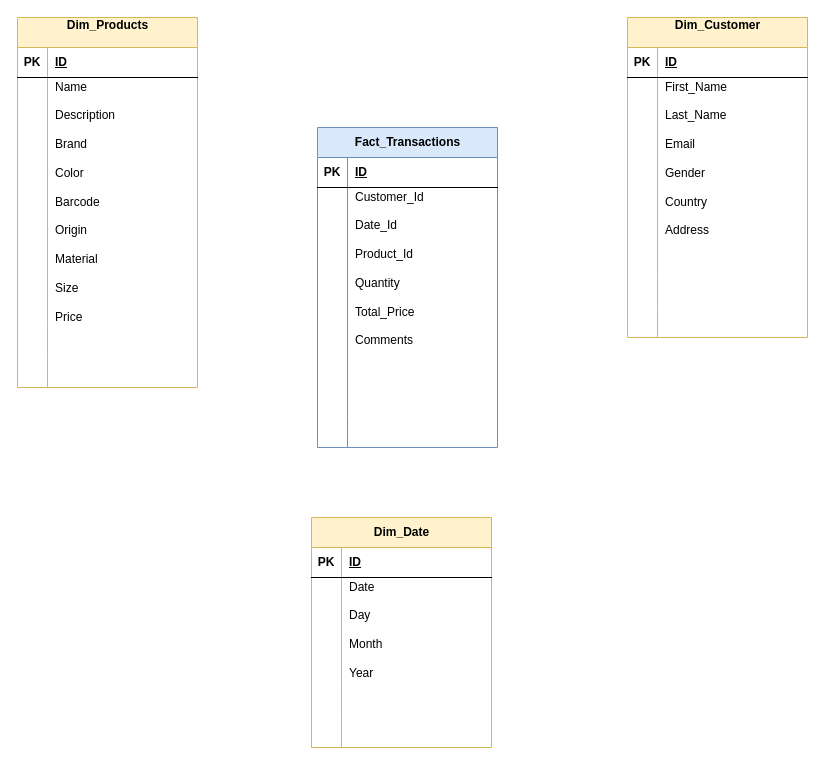
Earlier version of the draw.io diagram Dimensional_Modelling_Ecommerce/Dimensional_Modelling.drawio (BSRV1987/Streaming). Source tidied: cells renumbered, new cells numbered last; positions are measured from the earlier drawing's top-left corner, leaving out a move shared by most shapes. Both pictures are drawn from the tidied source at 100%, with x=0, y=0 at pixel (17, 17).
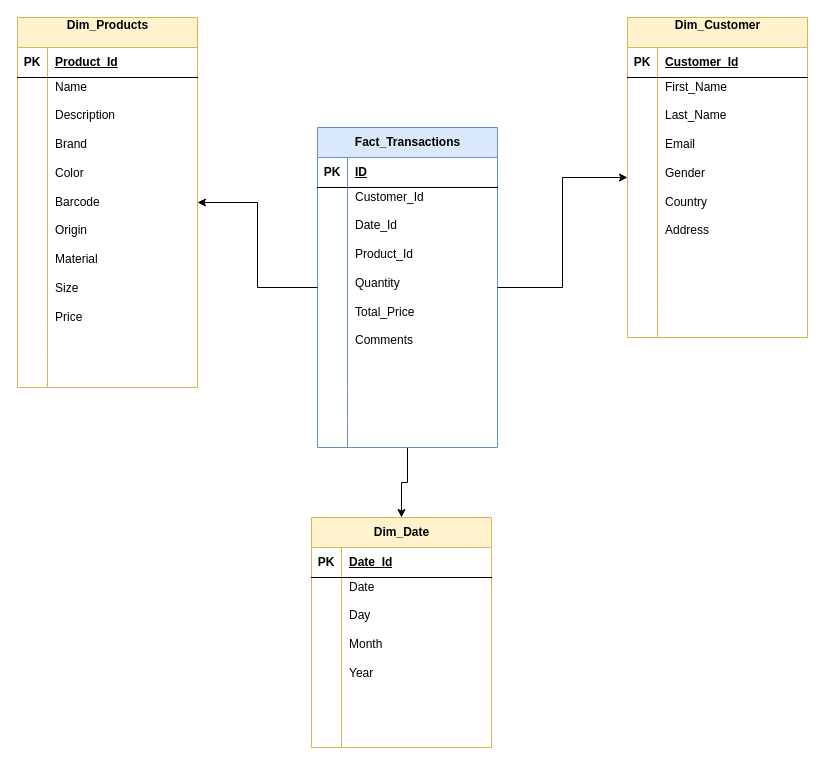
The same diagram, later.

The change refers to these unchanged cells:
```xml
<mxCell id="3" style="shape=tableRow;horizontal=0;startSize=0;swimlaneHead=0;swimlaneBody=0;fillColor=none;top=0;left=0;right=0;bottom=1;" parent="2" vertex="1">
  <mxGeometry y="30" width="180" height="30" as="geometry" />
</mxCell>
<mxCell id="6" style="shape=tableRow;horizontal=0;startSize=0;swimlaneHead=0;swimlaneBody=0;fillColor=none;points=[[0,0.5],[1,0.5]];portConstraint=eastwest;top=0;left=0;right=0;bottom=0;" parent="2" vertex="1">
  <mxGeometry y="60" width="180" height="250" as="geometry" />
</mxCell>
<mxCell id="16" style="shape=tableRow;horizontal=0;startSize=0;swimlaneHead=0;swimlaneBody=0;fillColor=none;top=0;left=0;right=0;bottom=1;" parent="15" vertex="1">
  <mxGeometry y="30" width="180" height="30" as="geometry" />
</mxCell>
<mxCell id="19" style="shape=tableRow;horizontal=0;startSize=0;swimlaneHead=0;swimlaneBody=0;fillColor=none;points=[[0,0.5],[1,0.5]];portConstraint=eastwest;top=0;left=0;right=0;bottom=0;" parent="15" vertex="1">
  <mxGeometry y="60" width="180" height="200" as="geometry" />
</mxCell>
<mxCell id="28" value="Dim_Date" style="shape=table;startSize=30;childLayout=tableLayout;rowLines=0;fontStyle=1;align=center;html=1;fillColor=#fff2cc;strokeColor=#d6b656;" parent="1" vertex="1">
  <mxGeometry x="294" y="500" width="180" height="230" as="geometry" />
</mxCell>
<mxCell id="29" style="shape=tableRow;horizontal=0;startSize=0;swimlaneHead=0;swimlaneBody=0;fillColor=none;top=0;left=0;right=0;bottom=1;" parent="28" vertex="1">
  <mxGeometry y="30" width="180" height="30" as="geometry" />
</mxCell>
<mxCell id="41" value="&lt;div&gt;Fact_Transactions&lt;/div&gt;" style="shape=table;startSize=30;childLayout=tableLayout;rowLines=0;fontStyle=1;align=center;html=1;fillColor=#dae8fc;strokeColor=#6c8ebf;" parent="1" vertex="1">
  <mxGeometry x="300" y="110" width="180" height="320" as="geometry" />
</mxCell>
<mxCell id="45" style="shape=tableRow;horizontal=0;startSize=0;swimlaneHead=0;swimlaneBody=0;fillColor=none;points=[[0,0.5],[1,0.5]];portConstraint=eastwest;top=0;left=0;right=0;bottom=0;" parent="41" vertex="1">
  <mxGeometry y="60" width="180" height="200" as="geometry" />
</mxCell>
```

What changed in the source:
```diff
@@
-    <mxCell id="5" value="ID" style="shape=partialRectangle;fillColor=none;top=0;left=0;bottom=0;right=0;align=left;spacingLeft=6;fontStyle=5;overflow=hidden;whiteSpace=wrap;html=1;" parent="3" vertex="1">
+    <mxCell id="5" value="Product_Id" style="shape=partialRectangle;fillColor=none;top=0;left=0;bottom=0;right=0;align=left;spacingLeft=6;fontStyle=5;overflow=hidden;whiteSpace=wrap;html=1;" parent="3" vertex="1">
       <mxGeometry x="30" width="150" height="30" as="geometry" />
     </mxCell>
@@
-    <mxCell id="18" value="ID" style="shape=partialRectangle;fillColor=none;top=0;left=0;bottom=0;right=0;align=left;spacingLeft=6;fontStyle=5;overflow=hidden;whiteSpace=wrap;html=1;" parent="16" vertex="1">
+    <mxCell id="18" value="Customer_Id" style="shape=partialRectangle;fillColor=none;top=0;left=0;bottom=0;right=0;align=left;spacingLeft=6;fontStyle=5;overflow=hidden;whiteSpace=wrap;html=1;" parent="16" vertex="1">
       <mxGeometry x="30" width="150" height="30" as="geometry" />
     </mxCell>
@@
-    <mxCell id="31" value="ID" style="shape=partialRectangle;fillColor=none;top=0;left=0;bottom=0;right=0;align=left;spacingLeft=6;fontStyle=5;overflow=hidden;whiteSpace=wrap;html=1;" parent="29" vertex="1">
+    <mxCell id="31" value="Date_Id" style="shape=partialRectangle;fillColor=none;top=0;left=0;bottom=0;right=0;align=left;spacingLeft=6;fontStyle=5;overflow=hidden;whiteSpace=wrap;html=1;" parent="29" vertex="1">
       <mxGeometry x="30" width="150" height="30" as="geometry" />
     </mxCell>
@@
+    <mxCell id="54" style="edgeStyle=orthogonalEdgeStyle;rounded=0;jettySize=auto;html=1;" parent="1" edge="1" source="41" target="28">
+      <mxGeometry relative="1" as="geometry" />
+    </mxCell>
@@
+    <mxCell id="55" style="edgeStyle=orthogonalEdgeStyle;rounded=0;jettySize=auto;html=1;" parent="1" edge="1" source="45" target="19">
+      <mxGeometry relative="1" as="geometry" />
+    </mxCell>
+    <mxCell id="56" style="edgeStyle=orthogonalEdgeStyle;rounded=0;jettySize=auto;html=1;" parent="1" edge="1" source="45" target="6">
+      <mxGeometry relative="1" as="geometry" />
+    </mxCell>
```
